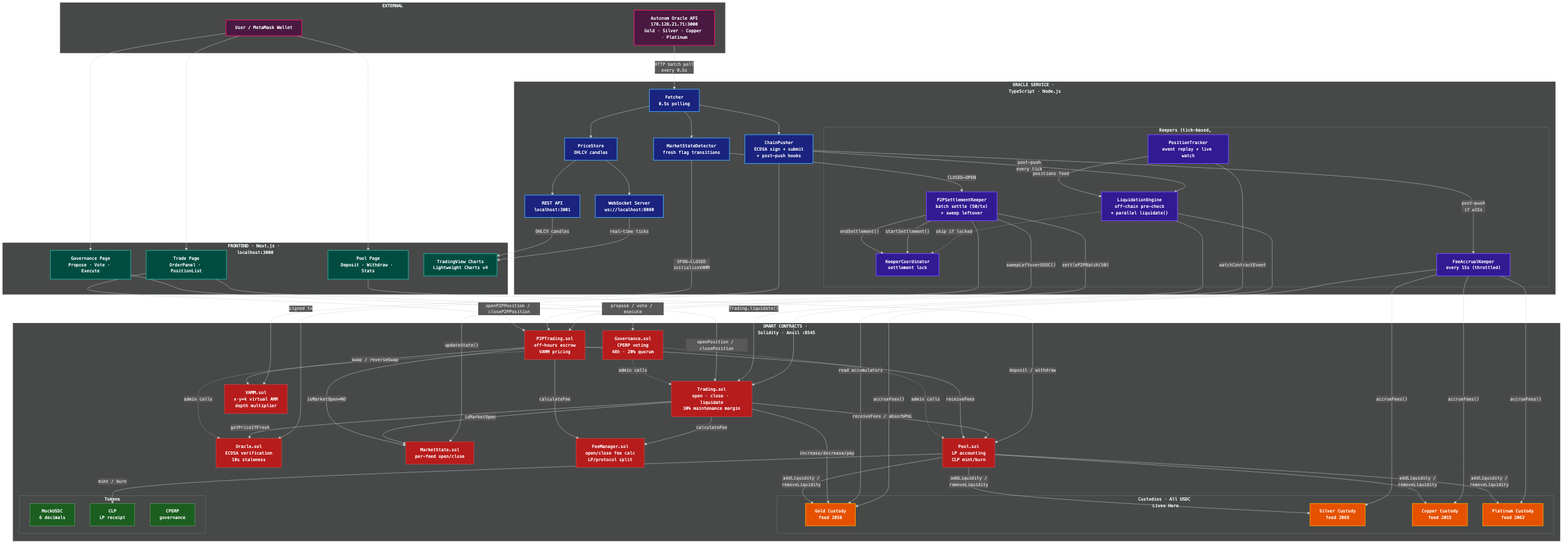
This is FLOW.png from PixieDust0304/ctc-perps-rwa, a Mermaid export, as it was before one commit. Its source is kept beside it as unused/flow.mmd.
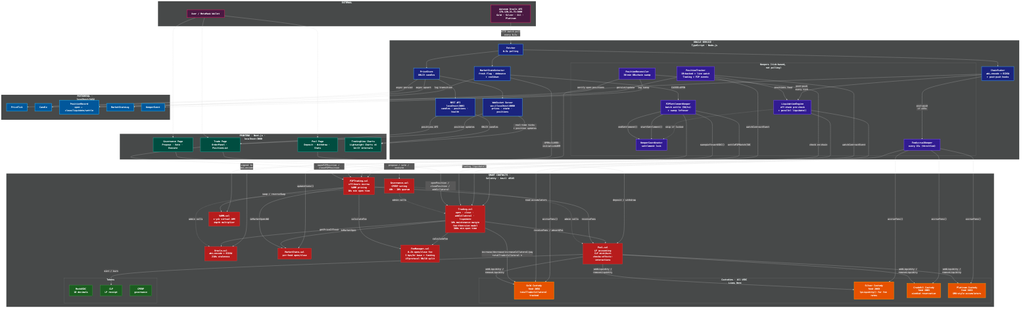
The same file after the commit.

What changed in the source:
```diff
@@ -41,10 +41,10 @@
     subgraph CONTRACTS["SMART CONTRACTS · Solidity · Anvil :8545"]
         ORACLE_SOL["Oracle.sol<br/>abi.encode + ECDSA<br/>210s staleness"]
         MARKETSTATE["MarketState.sol<br/>per-feed open/close"]
-        TRADING["Trading.sol<br/>open · close · liquidate<br/>10% maintenance margin<br/>fee-then-size model<br/>300s min open time"]
+        TRADING["Trading.sol<br/>open · close · addCollateral · liquidate<br/>10% maintenance margin<br/>fee-then-size model<br/>300s min open time"]
         P2PTRADING["P2PTrading.sol<br/>off-hours escrow<br/>VAMM pricing<br/>10s min open time"]
         VAMM["VAMM.sol<br/>x·y=k virtual AMM<br/>depth multiplier"]
-        FEEMANAGER["FeeManager.sol<br/>0.1% open/close fee<br/>LP/protocol 90/10 split"]
+        FEEMANAGER["FeeManager.sol<br/>0.1% open/close fee<br/>5 bps/hr base + funding<br/>LP/protocol 90/10 split"]
         POOL["Pool.sol<br/>LP accounting<br/>CLP mint/burn<br/>checks-effects-interactions"]
         GOVERNANCE["Governance.sol<br/>CPERP voting<br/>48h · 20% quorum"]
 
@@ -109,7 +109,7 @@
     USER --> TRADEPAGE
     USER --> POOLPAGE
     USER --> GOVPAGE
-    TRADEPAGE -->|"openPosition / closePosition"| TRADING
+    TRADEPAGE -->|"openPosition / closePosition / addCollateral"| TRADING
     TRADEPAGE -->|"openP2PPosition / closeP2PPosition"| P2PTRADING
     POOLPAGE -->|"deposit / withdraw"| POOL
     GOVPAGE -->|"propose / vote / execute"| GOVERNANCE
@@ -117,7 +117,7 @@
     TRADING -->|"getPriceIfFresh"| ORACLE_SOL
     TRADING -->|"isMarketOpen"| MARKETSTATE
     TRADING -->|"calculateFee"| FEEMANAGER
-    TRADING -->|"increase/decrease/pay<br/>totalTraderCollateral ±"| CUSTODY_GOLD
+    TRADING -->|"increase/decrease/increaseCollateral/pay<br/>totalTraderCollateral ±"| CUSTODY_GOLD
     TRADING -->|"receiveFees / absorbPnL"| POOL
 
     P2PTRADING -->|"swap / reverseSwap"| VAMM
```
